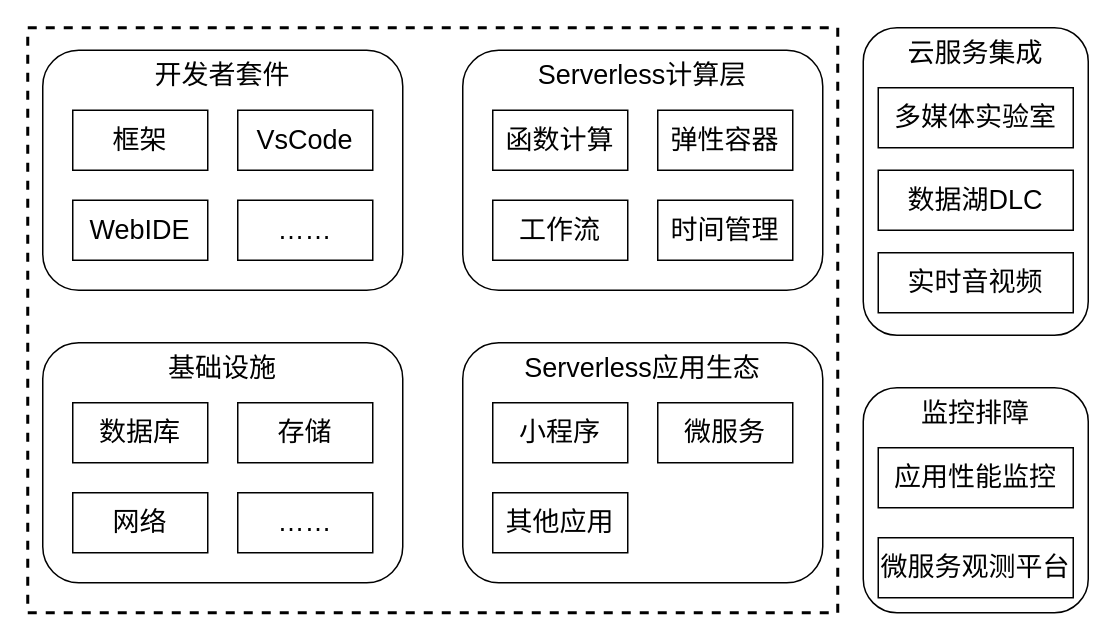
This is scf.drawio from punnpkin/new, a draw.io file, before an edit. Source tidied: cells renumbered, new cells numbered last; positions are measured from the earlier drawing's top-left corner, leaving out a move shared by most shapes. Both pictures are drawn from the tidied source at 150%, with x=0, y=0 at pixel (27, 27).
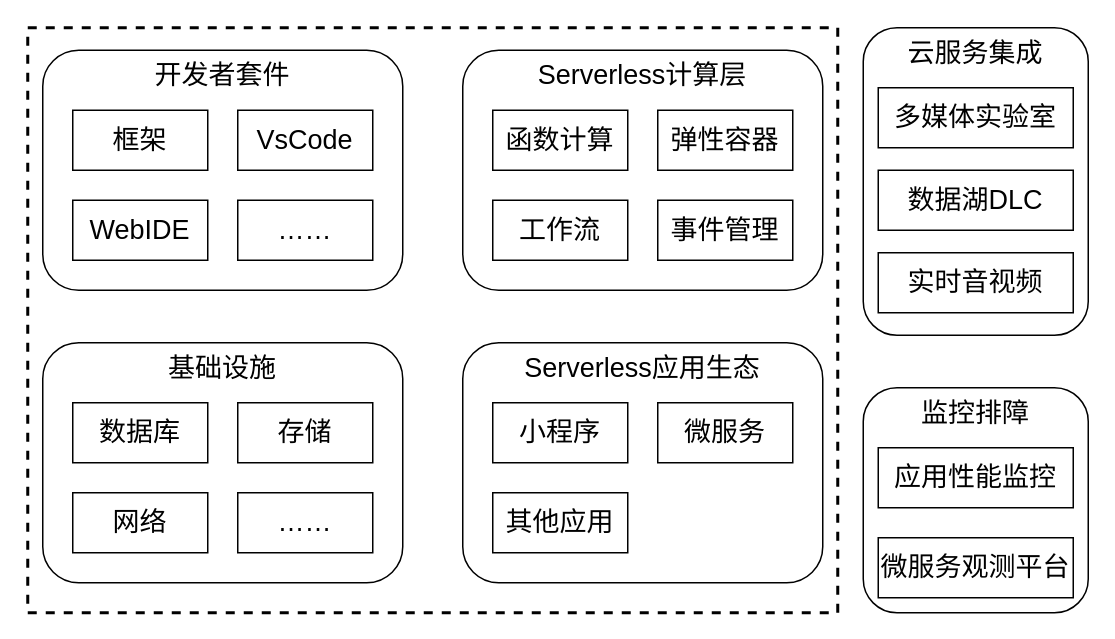
Above is the later version.

Unchanged cells that the change refers to:
```xml
<mxCell id="4" value="c" style="group;" parent="1" vertex="1">
  <mxGeometry x="290" y="15" width="240" height="160" as="geometry" />
</mxCell>
```

Change to the diagram source:
```diff
@@
-    <mxCell id="9" value="时间管理" style="rounded=0;whiteSpace=wrap;html=1;fontSize=18;" parent="4" vertex="1">
+    <mxCell id="9" value="事件管理" style="rounded=0;whiteSpace=wrap;html=1;fontSize=18;" parent="4" vertex="1">
       <mxGeometry x="130" y="100" width="90" height="40" as="geometry" />
     </mxCell>
```
